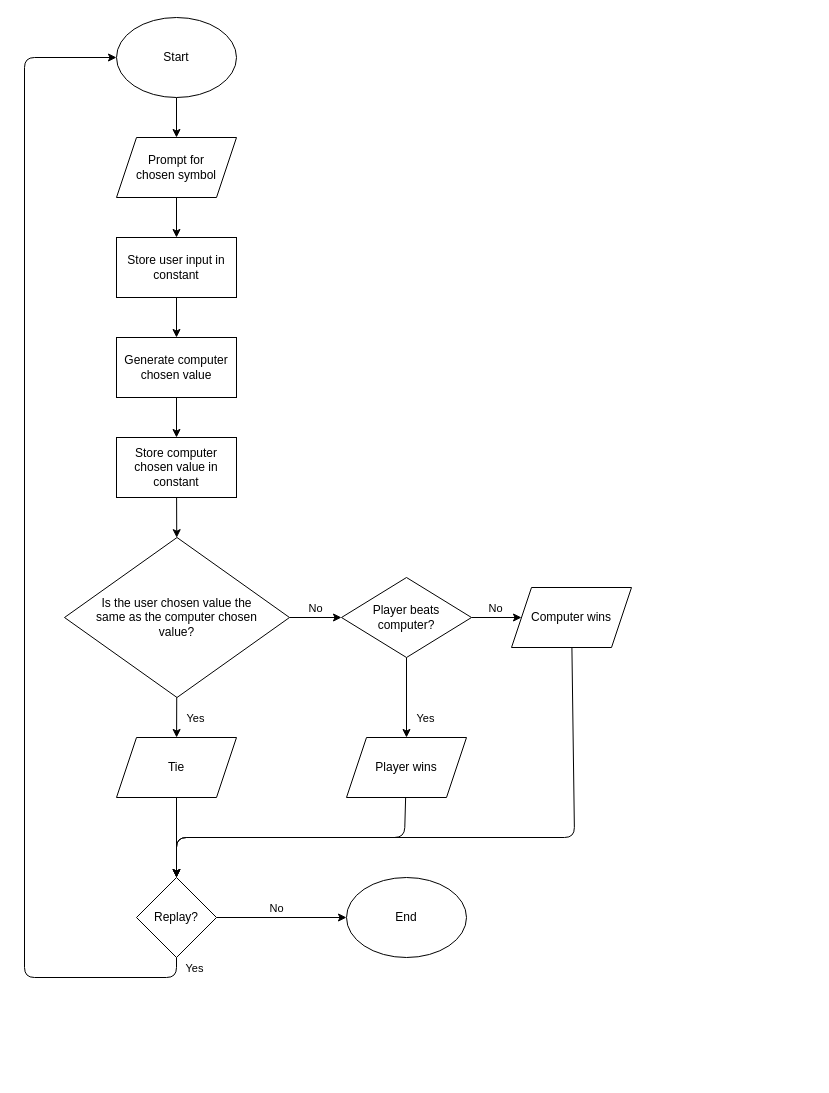
Earlier version of the draw.io diagram algorithm/algorithm.drawio (zoard-ehmann/odin-rock-paper-scissors). Source tidied: cells renumbered, new cells numbered last; positions are measured from the earlier drawing's top-left corner, leaving out a move shared by most shapes. Both pictures are drawn from the tidied source at 100%, with x=0, y=0 at pixel (24, 17).
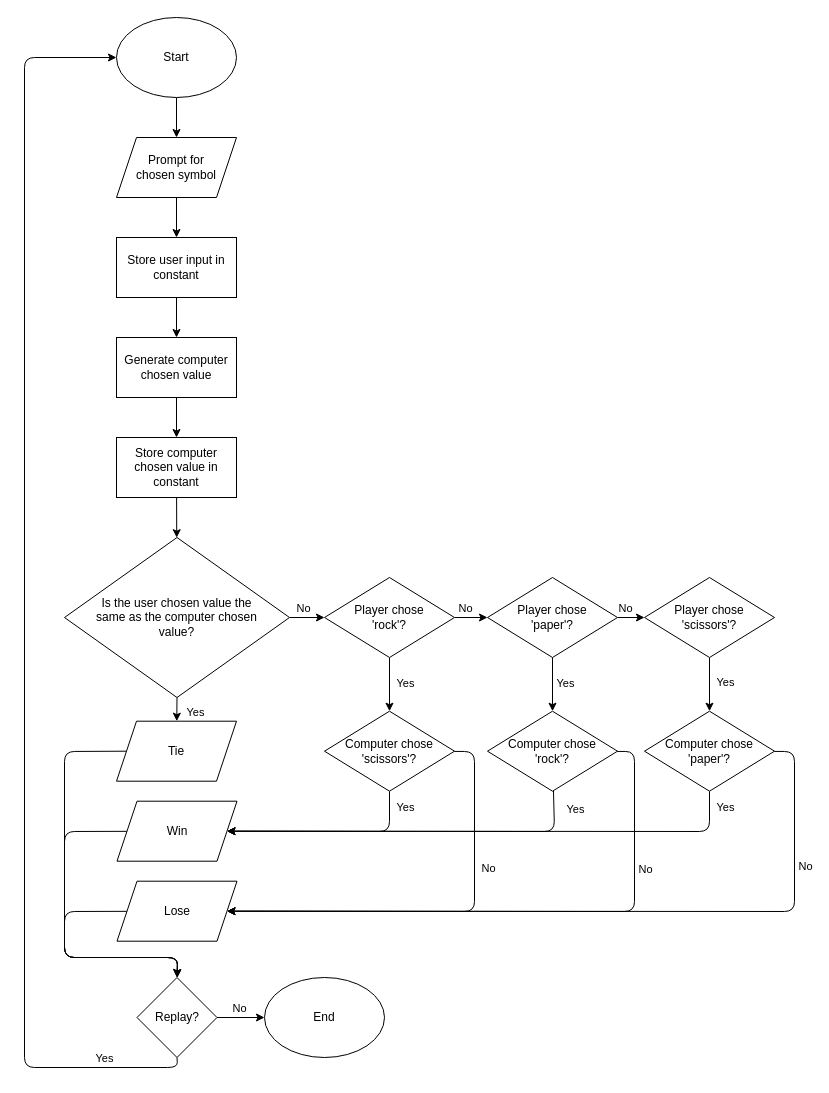
The same diagram, later.

Unchanged cells that the change refers to:
```xml
<mxCell id="3" value="Start" style="ellipse;whiteSpace=wrap;html=1;" parent="1" vertex="1">
  <mxGeometry x="92" width="120" height="80" as="geometry" />
</mxCell>
<mxCell id="12" value="Is the user chosen value the&lt;br&gt;same as the computer chosen&lt;br&gt;value?" style="rhombus;whiteSpace=wrap;html=1;" parent="1" vertex="1">
  <mxGeometry x="40" y="520" width="225" height="160" as="geometry" />
</mxCell>
```

Change to the diagram source:
```diff
@@
-    <mxCell id="10" style="edgeStyle=none;html=1;" parent="1" edge="1" source="12" target="19">
+    <mxCell id="10" style="edgeStyle=none;html=1;exitX=0.5;exitY=1;exitDx=0;exitDy=0;" parent="1" edge="1" source="12" target="19">
       <mxGeometry relative="1" as="geometry" />
     </mxCell>
@@
-    <mxCell id="13" style="edgeStyle=none;html=1;" parent="1" edge="1" source="17" target="32">
-      <mxGeometry relative="1" as="geometry" />
-    </mxCell>
-    <mxCell id="14" value="No" style="edgeLabel;html=1;align=center;verticalAlign=middle;" parent="13" vertex="1">
-      <mxGeometry x="-0.2" relative="1" as="geometry">
-        <mxPoint x="3" y="-10" as="offset" />
-      </mxGeometry>
-    </mxCell>
-    <mxCell id="15" style="edgeStyle=none;html=1;" parent="1" edge="1" source="17" target="30">
-      <mxGeometry relative="1" as="geometry" />
-    </mxCell>
-    <mxCell id="16" value="Yes" style="edgeLabel;html=1;align=center;verticalAlign=middle;" parent="15" vertex="1">
-      <mxGeometry x="-0.28" y="-1" relative="1" as="geometry">
-        <mxPoint x="19" y="31" as="offset" />
-      </mxGeometry>
-    </mxCell>
+    <mxCell id="34" style="edgeStyle=none;html=1;" parent="1" edge="1" source="17" target="44">
+      <mxGeometry relative="1" as="geometry" />
+    </mxCell>
+    <mxCell id="35" value="Yes" style="edgeLabel;html=1;align=center;verticalAlign=middle;" parent="34" vertex="1">
+      <mxGeometry x="-0.4" y="-2" relative="1" as="geometry">
+        <mxPoint x="17" y="9" as="offset" />
+      </mxGeometry>
+    </mxCell>
+    <mxCell id="36" style="edgeStyle=none;html=1;" parent="1" edge="1" source="17" target="53">
+      <mxGeometry relative="1" as="geometry" />
+    </mxCell>
+    <mxCell id="37" value="No" style="edgeLabel;html=1;align=center;verticalAlign=middle;" parent="36" vertex="1">
+      <mxGeometry x="-0.47" y="-2" relative="1" as="geometry">
+        <mxPoint x="1" y="-12" as="offset" />
+      </mxGeometry>
+    </mxCell>
-    <mxCell id="17" value="Player beats&lt;br&gt;computer?" style="rhombus;whiteSpace=wrap;html=1;" parent="1" vertex="1">
-      <mxGeometry x="317" y="560" width="130" height="80" as="geometry" />
+    <mxCell id="17" value="Player chose&lt;br&gt;'rock'?" style="rhombus;whiteSpace=wrap;html=1;" parent="1" vertex="1">
+      <mxGeometry x="300" y="560" width="130" height="80" as="geometry" />
     </mxCell>
-    <mxCell id="18" style="edgeStyle=none;html=1;" parent="1" edge="1" source="19" target="28">
-      <mxGeometry relative="1" as="geometry" />
+    <mxCell id="18" style="edgeStyle=none;html=1;exitX=0;exitY=0.5;exitDx=0;exitDy=0;entryX=0.5;entryY=0;entryDx=0;entryDy=0;" parent="1" edge="1" source="19" target="28">
+      <mxGeometry relative="1" as="geometry">
+        <Array as="points">
+          <mxPoint x="40" y="734" />
+          <mxPoint x="40" y="940" />
+          <mxPoint x="90" y="940" />
+          <mxPoint x="153" y="940" />
+        </Array>
+      </mxGeometry>
     </mxCell>
     <mxCell id="19" value="Tie" style="shape=parallelogram;perimeter=parallelogramPerimeter;whiteSpace=wrap;html=1;fixedSize=1;" parent="1" vertex="1">
-      <mxGeometry x="92" y="720" width="120" height="60" as="geometry" />
+      <mxGeometry x="92" y="703.7" width="120" height="60" as="geometry" />
     </mxCell>
@@
+    <mxCell id="26" style="edgeStyle=none;html=1;entryX=0;entryY=0.5;entryDx=0;entryDy=0;exitX=0.5;exitY=1;exitDx=0;exitDy=0;" parent="1" edge="1" source="28" target="3">
+      <mxGeometry relative="1" as="geometry">
+        <Array as="points">
+          <mxPoint x="153" y="1050" />
+          <mxPoint y="1050" />
+          <mxPoint y="40" />
+        </Array>
+      </mxGeometry>
+    </mxCell>
+    <mxCell id="38" value="Yes" style="edgeLabel;html=1;align=center;verticalAlign=middle;" parent="26" vertex="1">
+      <mxGeometry x="-0.9" relative="1" as="geometry">
+        <mxPoint x="-21" y="-10" as="offset" />
+      </mxGeometry>
+    </mxCell>
-    <mxCell id="24" style="edgeStyle=none;html=1;entryX=0;entryY=0.5;entryDx=0;entryDy=0;" parent="1" edge="1" source="28" target="33">
+    <mxCell id="24" style="edgeStyle=none;html=1;" parent="1" edge="1" source="28" target="33">
       <mxGeometry relative="1" as="geometry" />
     </mxCell>
-    <mxCell id="25" value="No" style="edgeLabel;html=1;align=center;verticalAlign=middle;" parent="24" vertex="1">
-      <mxGeometry x="-0.16" y="1" relative="1" as="geometry">
-        <mxPoint x="4" y="-9" as="offset" />
-      </mxGeometry>
-    </mxCell>
-    <mxCell id="26" style="edgeStyle=none;html=1;entryX=0;entryY=0.5;entryDx=0;entryDy=0;exitX=0.5;exitY=1;exitDx=0;exitDy=0;" parent="1" edge="1" source="28" target="3">
-      <mxGeometry relative="1" as="geometry">
-        <Array as="points">
-          <mxPoint x="152" y="960" />
-          <mxPoint y="960" />
-          <mxPoint y="40" />
-        </Array>
-      </mxGeometry>
-    </mxCell>
-    <mxCell id="27" value="Yes" style="edgeLabel;html=1;align=center;verticalAlign=middle;" parent="26" vertex="1">
-      <mxGeometry x="-0.95" y="1" relative="1" as="geometry">
-        <mxPoint x="27" y="-11" as="offset" />
-      </mxGeometry>
-    </mxCell>
+    <mxCell id="39" value="No" style="edgeLabel;html=1;align=center;verticalAlign=middle;" parent="24" vertex="1">
+      <mxGeometry x="-0.52" y="-1" relative="1" as="geometry">
+        <mxPoint x="11" y="-11" as="offset" />
+      </mxGeometry>
+    </mxCell>
     <mxCell id="28" value="Replay?" style="rhombus;whiteSpace=wrap;html=1;" parent="1" vertex="1">
-      <mxGeometry x="112" y="860" width="80" height="80" as="geometry" />
+      <mxGeometry x="112.5" y="960" width="80" height="80" as="geometry" />
     </mxCell>
-    <mxCell id="29" style="edgeStyle=none;html=1;entryX=0.5;entryY=0;entryDx=0;entryDy=0;" parent="1" edge="1" source="30" target="28">
-      <mxGeometry relative="1" as="geometry">
-        <Array as="points">
-          <mxPoint x="380" y="820" />
-          <mxPoint x="152" y="820" />
-        </Array>
-      </mxGeometry>
-    </mxCell>
-    <mxCell id="30" value="Player wins" style="shape=parallelogram;perimeter=parallelogramPerimeter;whiteSpace=wrap;html=1;fixedSize=1;" parent="1" vertex="1">
-      <mxGeometry x="322" y="720" width="120" height="60" as="geometry" />
-    </mxCell>
-    <mxCell id="31" style="edgeStyle=none;html=1;entryX=0.5;entryY=0;entryDx=0;entryDy=0;" parent="1" edge="1" source="32" target="28">
-      <mxGeometry relative="1" as="geometry">
-        <Array as="points">
-          <mxPoint x="550" y="820" />
-          <mxPoint x="152" y="820" />
-        </Array>
-      </mxGeometry>
-    </mxCell>
-    <mxCell id="32" value="Computer wins" style="shape=parallelogram;perimeter=parallelogramPerimeter;whiteSpace=wrap;html=1;fixedSize=1;" parent="1" vertex="1">
-      <mxGeometry x="487" y="570" width="120" height="60" as="geometry" />
-    </mxCell>
+    <mxCell id="40" style="edgeStyle=none;html=1;entryX=1;entryY=0.5;entryDx=0;entryDy=0;" parent="1" edge="1" source="44" target="46">
+      <mxGeometry relative="1" as="geometry">
+        <Array as="points">
+          <mxPoint x="365" y="814" />
+        </Array>
+      </mxGeometry>
+    </mxCell>
+    <mxCell id="41" value="Yes" style="edgeLabel;html=1;align=center;verticalAlign=middle;" parent="40" vertex="1">
+      <mxGeometry x="-0.89" y="-2" relative="1" as="geometry">
+        <mxPoint x="17" y="5" as="offset" />
+      </mxGeometry>
+    </mxCell>
+    <mxCell id="42" style="edgeStyle=none;html=1;entryX=1;entryY=0.5;entryDx=0;entryDy=0;" parent="1" edge="1" source="44" target="48">
+      <mxGeometry relative="1" as="geometry">
+        <Array as="points">
+          <mxPoint x="450" y="734" />
+          <mxPoint x="450" y="894" />
+        </Array>
+      </mxGeometry>
+    </mxCell>
+    <mxCell id="43" value="No" style="edgeLabel;html=1;align=center;verticalAlign=middle;" parent="42" vertex="1">
+      <mxGeometry x="-0.36" y="2" relative="1" as="geometry">
+        <mxPoint x="11" as="offset" />
+      </mxGeometry>
+    </mxCell>
+    <mxCell id="44" value="Computer chose&lt;br&gt;'scissors'?" style="rhombus;whiteSpace=wrap;html=1;" parent="1" vertex="1">
+      <mxGeometry x="300" y="693.7" width="130" height="80" as="geometry" />
+    </mxCell>
+    <mxCell id="45" style="edgeStyle=none;html=1;entryX=0.5;entryY=0;entryDx=0;entryDy=0;" parent="1" edge="1" source="46" target="28">
+      <mxGeometry relative="1" as="geometry">
+        <Array as="points">
+          <mxPoint x="40" y="814" />
+          <mxPoint x="40" y="940" />
+          <mxPoint x="153" y="940" />
+        </Array>
+      </mxGeometry>
+    </mxCell>
+    <mxCell id="46" value="Win" style="shape=parallelogram;perimeter=parallelogramPerimeter;whiteSpace=wrap;html=1;fixedSize=1;" parent="1" vertex="1">
+      <mxGeometry x="92.5" y="783.7" width="120" height="60" as="geometry" />
+    </mxCell>
+    <mxCell id="47" style="edgeStyle=none;html=1;" parent="1" edge="1" source="48" target="28">
+      <mxGeometry relative="1" as="geometry">
+        <Array as="points">
+          <mxPoint x="40" y="894" />
+          <mxPoint x="40" y="940" />
+          <mxPoint x="153" y="940" />
+        </Array>
+      </mxGeometry>
+    </mxCell>
+    <mxCell id="48" value="Lose" style="shape=parallelogram;perimeter=parallelogramPerimeter;whiteSpace=wrap;html=1;fixedSize=1;" parent="1" vertex="1">
+      <mxGeometry x="92.5" y="863.7" width="120" height="60" as="geometry" />
+    </mxCell>
+    <mxCell id="49" style="edgeStyle=none;html=1;" parent="1" edge="1" source="53" target="58">
+      <mxGeometry relative="1" as="geometry" />
+    </mxCell>
+    <mxCell id="50" value="Yes" style="edgeLabel;html=1;align=center;verticalAlign=middle;" parent="49" vertex="1">
+      <mxGeometry x="-0.33" y="2" relative="1" as="geometry">
+        <mxPoint x="10" y="7" as="offset" />
+      </mxGeometry>
+    </mxCell>
+    <mxCell id="51" style="edgeStyle=none;html=1;" parent="1" edge="1" source="53" target="61">
+      <mxGeometry relative="1" as="geometry" />
+    </mxCell>
+    <mxCell id="52" value="No" style="edgeLabel;html=1;align=center;verticalAlign=middle;" parent="51" vertex="1">
+      <mxGeometry x="-0.58" y="1" relative="1" as="geometry">
+        <mxPoint x="1" y="-9" as="offset" />
+      </mxGeometry>
+    </mxCell>
+    <mxCell id="53" value="Player chose&lt;br&gt;'paper'?" style="rhombus;whiteSpace=wrap;html=1;" parent="1" vertex="1">
+      <mxGeometry x="463" y="560" width="130" height="80" as="geometry" />
+    </mxCell>
+    <mxCell id="54" style="edgeStyle=none;html=1;entryX=1;entryY=0.5;entryDx=0;entryDy=0;" parent="1" edge="1" source="58" target="46">
+      <mxGeometry relative="1" as="geometry">
+        <Array as="points">
+          <mxPoint x="530" y="814" />
+        </Array>
+      </mxGeometry>
+    </mxCell>
+    <mxCell id="55" value="Yes" style="edgeLabel;html=1;align=center;verticalAlign=middle;" parent="54" vertex="1">
+      <mxGeometry x="-0.93" y="4" relative="1" as="geometry">
+        <mxPoint x="17" y="6" as="offset" />
+      </mxGeometry>
+    </mxCell>
+    <mxCell id="56" style="edgeStyle=none;html=1;entryX=1;entryY=0.5;entryDx=0;entryDy=0;" parent="1" edge="1" source="58" target="48">
+      <mxGeometry relative="1" as="geometry">
+        <Array as="points">
+          <mxPoint x="610" y="734" />
+          <mxPoint x="610" y="894" />
+        </Array>
+      </mxGeometry>
+    </mxCell>
+    <mxCell id="57" value="No" style="edgeLabel;html=1;align=center;verticalAlign=middle;" parent="56" vertex="1">
+      <mxGeometry x="-0.54" y="1" relative="1" as="geometry">
+        <mxPoint x="9" as="offset" />
+      </mxGeometry>
+    </mxCell>
+    <mxCell id="58" value="Computer chose&lt;br&gt;'rock'?" style="rhombus;whiteSpace=wrap;html=1;" parent="1" vertex="1">
+      <mxGeometry x="463" y="693.7" width="130" height="80" as="geometry" />
+    </mxCell>
+    <mxCell id="59" style="edgeStyle=none;html=1;" parent="1" edge="1" source="61" target="66">
+      <mxGeometry relative="1" as="geometry" />
+    </mxCell>
+    <mxCell id="60" value="Yes" style="edgeLabel;html=1;align=center;verticalAlign=middle;" parent="59" vertex="1">
+      <mxGeometry x="-0.22" y="1" relative="1" as="geometry">
+        <mxPoint x="14" y="3" as="offset" />
+      </mxGeometry>
+    </mxCell>
+    <mxCell id="61" value="Player chose&lt;br&gt;'scissors'?" style="rhombus;whiteSpace=wrap;html=1;" parent="1" vertex="1">
+      <mxGeometry x="620" y="560" width="130" height="80" as="geometry" />
+    </mxCell>
+    <mxCell id="62" style="edgeStyle=none;html=1;entryX=1;entryY=0.5;entryDx=0;entryDy=0;" parent="1" edge="1" source="66" target="46">
+      <mxGeometry relative="1" as="geometry">
+        <Array as="points">
+          <mxPoint x="685" y="814" />
+        </Array>
+      </mxGeometry>
+    </mxCell>
+    <mxCell id="63" value="Yes" style="edgeLabel;html=1;align=center;verticalAlign=middle;" parent="62" vertex="1">
+      <mxGeometry x="-0.96" y="-2" relative="1" as="geometry">
+        <mxPoint x="17" y="6" as="offset" />
+      </mxGeometry>
+    </mxCell>
+    <mxCell id="64" style="edgeStyle=none;html=1;entryX=1;entryY=0.5;entryDx=0;entryDy=0;" parent="1" edge="1" source="66" target="48">
+      <mxGeometry relative="1" as="geometry">
+        <Array as="points">
+          <mxPoint x="770" y="734" />
+          <mxPoint x="770" y="894" />
+        </Array>
+      </mxGeometry>
+    </mxCell>
+    <mxCell id="65" value="No" style="edgeLabel;html=1;align=center;verticalAlign=middle;" parent="64" vertex="1">
+      <mxGeometry x="-0.64" y="2" relative="1" as="geometry">
+        <mxPoint x="8" as="offset" />
+      </mxGeometry>
+    </mxCell>
+    <mxCell id="66" value="Computer chose&lt;br&gt;'paper'?" style="rhombus;whiteSpace=wrap;html=1;" parent="1" vertex="1">
+      <mxGeometry x="620" y="693.7" width="130" height="80" as="geometry" />
+    </mxCell>
     <mxCell id="33" value="End" style="ellipse;whiteSpace=wrap;html=1;" parent="1" vertex="1">
-      <mxGeometry x="322" y="860" width="120" height="80" as="geometry" />
+      <mxGeometry x="240" y="960" width="120" height="80" as="geometry" />
     </mxCell>
```
